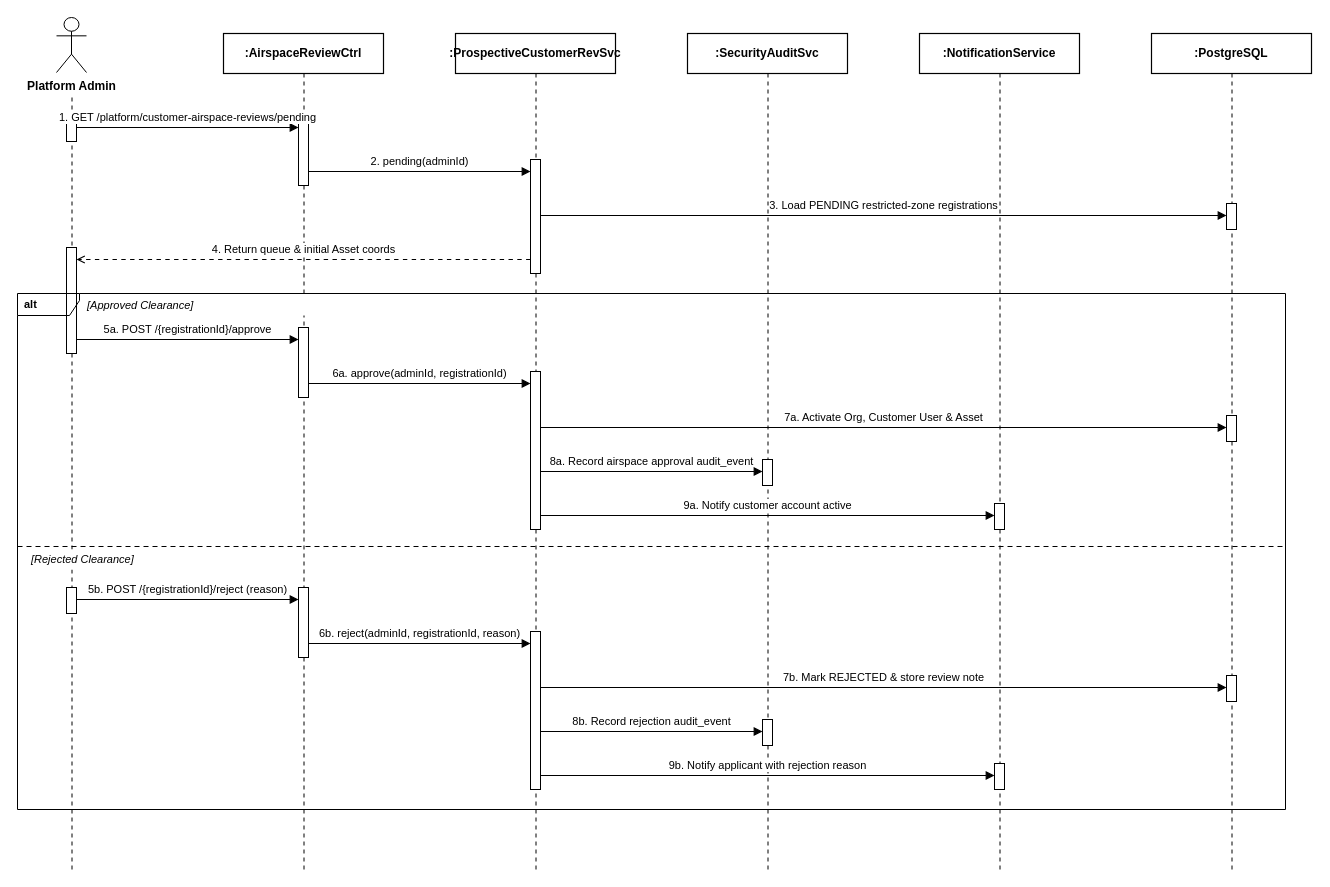
This is page "FE-07 - Restricted Airspace Warning" (8 of 26) of diagrams/smartdrone-sequence-diagrams.drawio from tungbach12/SmartDroneInspection-Docs, a draw.io file, before an edit. Source tidied: cells renumbered, new cells numbered last; positions are measured from the earlier drawing's top-left corner, leaving out a move shared by most shapes. Both pictures are drawn from the tidied source at 100%, with x=0, y=0 at pixel (17, 17).
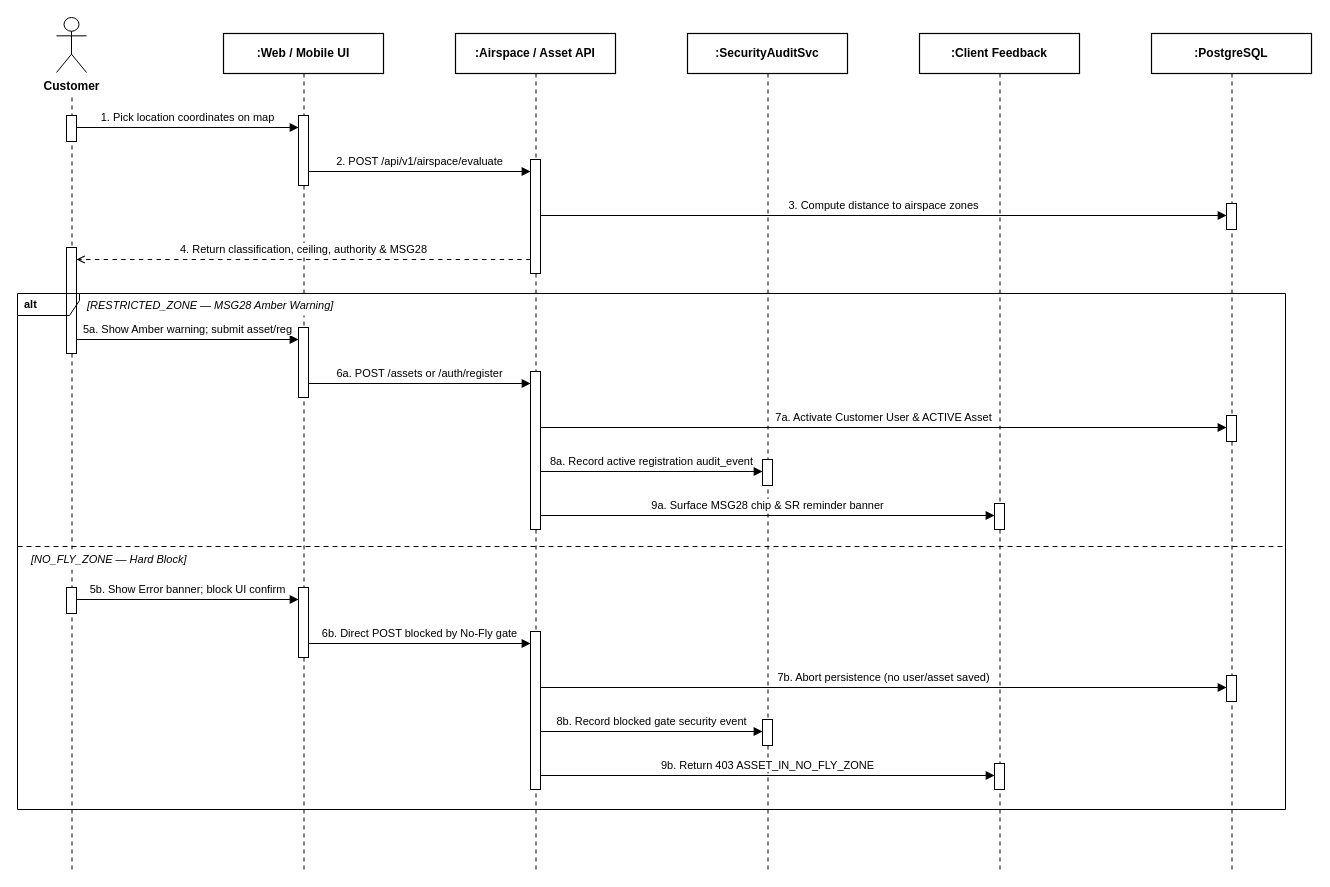
Above is the later version.

Unchanged cells that the change refers to:
```xml
<mxCell id="14" style="rounded=0;whiteSpace=wrap;html=1;fillColor=#ffffff;strokeColor=#000000;strokeWidth=1;" parent="1" vertex="1">
  <mxGeometry x="49" y="98" width="10" height="26" as="geometry" />
</mxCell>
<mxCell id="15" style="rounded=0;whiteSpace=wrap;html=1;fillColor=#ffffff;strokeColor=#000000;strokeWidth=1;" parent="1" vertex="1">
  <mxGeometry x="49" y="230" width="10" height="106" as="geometry" />
</mxCell>
<mxCell id="16" style="rounded=0;whiteSpace=wrap;html=1;fillColor=#ffffff;strokeColor=#000000;strokeWidth=1;" parent="1" vertex="1">
  <mxGeometry x="49" y="570" width="10" height="26" as="geometry" />
</mxCell>
<mxCell id="17" style="rounded=0;whiteSpace=wrap;html=1;fillColor=#ffffff;strokeColor=#000000;strokeWidth=1;" parent="1" vertex="1">
  <mxGeometry x="281" y="98" width="10" height="70" as="geometry" />
</mxCell>
<mxCell id="18" style="rounded=0;whiteSpace=wrap;html=1;fillColor=#ffffff;strokeColor=#000000;strokeWidth=1;" parent="1" vertex="1">
  <mxGeometry x="281" y="310" width="10" height="70" as="geometry" />
</mxCell>
<mxCell id="19" style="rounded=0;whiteSpace=wrap;html=1;fillColor=#ffffff;strokeColor=#000000;strokeWidth=1;" parent="1" vertex="1">
  <mxGeometry x="281" y="570" width="10" height="70" as="geometry" />
</mxCell>
<mxCell id="20" style="rounded=0;whiteSpace=wrap;html=1;fillColor=#ffffff;strokeColor=#000000;strokeWidth=1;" parent="1" vertex="1">
  <mxGeometry x="513" y="142" width="10" height="114" as="geometry" />
</mxCell>
<mxCell id="21" style="rounded=0;whiteSpace=wrap;html=1;fillColor=#ffffff;strokeColor=#000000;strokeWidth=1;" parent="1" vertex="1">
  <mxGeometry x="513" y="354" width="10" height="158" as="geometry" />
</mxCell>
<mxCell id="22" style="rounded=0;whiteSpace=wrap;html=1;fillColor=#ffffff;strokeColor=#000000;strokeWidth=1;" parent="1" vertex="1">
  <mxGeometry x="513" y="614" width="10" height="158" as="geometry" />
</mxCell>
<mxCell id="23" style="rounded=0;whiteSpace=wrap;html=1;fillColor=#ffffff;strokeColor=#000000;strokeWidth=1;" parent="1" vertex="1">
  <mxGeometry x="745" y="442" width="10" height="26" as="geometry" />
</mxCell>
<mxCell id="24" style="rounded=0;whiteSpace=wrap;html=1;fillColor=#ffffff;strokeColor=#000000;strokeWidth=1;" parent="1" vertex="1">
  <mxGeometry x="745" y="702" width="10" height="26" as="geometry" />
</mxCell>
<mxCell id="25" style="rounded=0;whiteSpace=wrap;html=1;fillColor=#ffffff;strokeColor=#000000;strokeWidth=1;" parent="1" vertex="1">
  <mxGeometry x="977" y="486" width="10" height="26" as="geometry" />
</mxCell>
<mxCell id="26" style="rounded=0;whiteSpace=wrap;html=1;fillColor=#ffffff;strokeColor=#000000;strokeWidth=1;" parent="1" vertex="1">
  <mxGeometry x="977" y="746" width="10" height="26" as="geometry" />
</mxCell>
<mxCell id="27" style="rounded=0;whiteSpace=wrap;html=1;fillColor=#ffffff;strokeColor=#000000;strokeWidth=1;" parent="1" vertex="1">
  <mxGeometry x="1209" y="186" width="10" height="26" as="geometry" />
</mxCell>
<mxCell id="28" style="rounded=0;whiteSpace=wrap;html=1;fillColor=#ffffff;strokeColor=#000000;strokeWidth=1;" parent="1" vertex="1">
  <mxGeometry x="1209" y="398" width="10" height="26" as="geometry" />
</mxCell>
<mxCell id="29" style="rounded=0;whiteSpace=wrap;html=1;fillColor=#ffffff;strokeColor=#000000;strokeWidth=1;" parent="1" vertex="1">
  <mxGeometry x="1209" y="658" width="10" height="26" as="geometry" />
</mxCell>
<mxCell id="30" value="alt" style="shape=umlFrame;whiteSpace=wrap;html=1;width=62;height=22;boundedLbl=1;verticalAlign=middle;align=left;spacingLeft=5;fillColor=none;strokeColor=#000000;strokeWidth=1;fontColor=#000000;fontStyle=1;fontSize=11;fontFamily=Helvetica;" parent="1" vertex="1">
  <mxGeometry y="276" width="1268" height="516" as="geometry" />
</mxCell>
```

What changed in the source:
```diff
@@
-    <mxCell id="2" value="Platform Admin" style="shape=umlActor;verticalLabelPosition=bottom;verticalAlign=top;html=1;fillColor=#ffffff;strokeColor=#000000;fontColor=#000000;fontStyle=1;fontSize=12;fontFamily=Helvetica;" parent="1" vertex="1">
+    <mxCell id="2" value="Customer" style="shape=umlActor;verticalLabelPosition=bottom;verticalAlign=top;html=1;fillColor=#ffffff;strokeColor=#000000;fontColor=#000000;fontStyle=1;fontSize=12;fontFamily=Helvetica;" parent="1" vertex="1">
       <mxGeometry x="39" width="30" height="55" as="geometry" />
     </mxCell>
@@
-    <mxCell id="4" value=":AirspaceReviewCtrl" style="rounded=0;whiteSpace=wrap;html=1;fillColor=#ffffff;strokeColor=#000000;strokeWidth=1.2;fontColor=#000000;fontStyle=1;fontSize=12;fontFamily=Helvetica;" parent="1" vertex="1">
+    <mxCell id="4" value=":Web / Mobile UI" style="rounded=0;whiteSpace=wrap;html=1;fillColor=#ffffff;strokeColor=#000000;strokeWidth=1.2;fontColor=#000000;fontStyle=1;fontSize=12;fontFamily=Helvetica;" parent="1" vertex="1">
       <mxGeometry x="206" y="16" width="160" height="40" as="geometry" />
     </mxCell>
@@
-    <mxCell id="6" value=":ProspectiveCustomerRevSvc" style="rounded=0;whiteSpace=wrap;html=1;fillColor=#ffffff;strokeColor=#000000;strokeWidth=1.2;fontColor=#000000;fontStyle=1;fontSize=12;fontFamily=Helvetica;" parent="1" vertex="1">
+    <mxCell id="6" value=":Airspace / Asset API" style="rounded=0;whiteSpace=wrap;html=1;fillColor=#ffffff;strokeColor=#000000;strokeWidth=1.2;fontColor=#000000;fontStyle=1;fontSize=12;fontFamily=Helvetica;" parent="1" vertex="1">
       <mxGeometry x="438" y="16" width="160" height="40" as="geometry" />
     </mxCell>
@@
-    <mxCell id="10" value=":NotificationService" style="rounded=0;whiteSpace=wrap;html=1;fillColor=#ffffff;strokeColor=#000000;strokeWidth=1.2;fontColor=#000000;fontStyle=1;fontSize=12;fontFamily=Helvetica;" parent="1" vertex="1">
+    <mxCell id="10" value=":Client Feedback" style="rounded=0;whiteSpace=wrap;html=1;fillColor=#ffffff;strokeColor=#000000;strokeWidth=1.2;fontColor=#000000;fontStyle=1;fontSize=12;fontFamily=Helvetica;" parent="1" vertex="1">
       <mxGeometry x="902" y="16" width="160" height="40" as="geometry" />
     </mxCell>
@@
-    <mxCell id="31" value="[Approved Clearance]" style="text;html=1;align=left;verticalAlign=middle;strokeColor=none;fillColor=#ffffff;fontColor=#000000;fontFamily=Helvetica;fontSize=11;fontStyle=2;" parent="30" vertex="1">
-      <mxGeometry x="68" y="2" width="260" height="20" as="geometry" />
+    <mxCell id="31" value="[RESTRICTED_ZONE — MSG28 Amber Warning]" style="text;html=1;align=left;verticalAlign=middle;strokeColor=none;fillColor=#ffffff;fontColor=#000000;fontFamily=Helvetica;fontSize=11;fontStyle=2;" parent="30" vertex="1">
+      <mxGeometry x="68" y="2" width="320" height="20" as="geometry" />
     </mxCell>
@@
-    <mxCell id="33" value="[Rejected Clearance]" style="text;html=1;align=left;verticalAlign=middle;strokeColor=none;fillColor=#ffffff;fontColor=#000000;fontFamily=Helvetica;fontSize=11;fontStyle=2;" parent="30" vertex="1">
+    <mxCell id="33" value="[NO_FLY_ZONE — Hard Block]" style="text;html=1;align=left;verticalAlign=middle;strokeColor=none;fillColor=#ffffff;fontColor=#000000;fontFamily=Helvetica;fontSize=11;fontStyle=2;" parent="30" vertex="1">
       <mxGeometry x="12" y="256" width="260" height="20" as="geometry" />
     </mxCell>
-    <mxCell id="34" value="1. GET /platform/customer-airspace-reviews/pending" style="edgeStyle=orthogonalEdgeStyle;rounded=0;html=1;endArrow=block;endFill=1;strokeColor=#000000;strokeWidth=1.1;fontColor=#000000;fontFamily=Helvetica;fontSize=11;labelBackgroundColor=#ffffff;exitX=1;exitY=0.4615;exitDx=0;exitDy=0;entryX=0;entryY=0.1714;entryDx=0;entryDy=0;" parent="1" edge="1" source="14" target="17">
+    <mxCell id="34" value="1. Pick location coordinates on map" style="edgeStyle=orthogonalEdgeStyle;rounded=0;html=1;endArrow=block;endFill=1;strokeColor=#000000;strokeWidth=1.1;fontColor=#000000;fontFamily=Helvetica;fontSize=11;labelBackgroundColor=#ffffff;exitX=1;exitY=0.4615;exitDx=0;exitDy=0;entryX=0;entryY=0.1714;entryDx=0;entryDy=0;" parent="1" edge="1" source="14" target="17">
       <mxGeometry relative="1" as="geometry">
         <mxPoint y="-10" as="offset" />
       </mxGeometry>
     </mxCell>
-    <mxCell id="35" value="2. pending(adminId)" style="edgeStyle=orthogonalEdgeStyle;rounded=0;html=1;endArrow=block;endFill=1;strokeColor=#000000;strokeWidth=1.1;fontColor=#000000;fontFamily=Helvetica;fontSize=11;labelBackgroundColor=#ffffff;exitX=1;exitY=0.8000;exitDx=0;exitDy=0;entryX=0;entryY=0.1053;entryDx=0;entryDy=0;" parent="1" edge="1" source="17" target="20">
+    <mxCell id="35" value="2. POST /api/v1/airspace/evaluate" style="edgeStyle=orthogonalEdgeStyle;rounded=0;html=1;endArrow=block;endFill=1;strokeColor=#000000;strokeWidth=1.1;fontColor=#000000;fontFamily=Helvetica;fontSize=11;labelBackgroundColor=#ffffff;exitX=1;exitY=0.8000;exitDx=0;exitDy=0;entryX=0;entryY=0.1053;entryDx=0;entryDy=0;" parent="1" edge="1" source="17" target="20">
       <mxGeometry relative="1" as="geometry">
         <mxPoint y="-10" as="offset" />
       </mxGeometry>
     </mxCell>
-    <mxCell id="36" value="3. Load PENDING restricted-zone registrations" style="edgeStyle=orthogonalEdgeStyle;rounded=0;html=1;endArrow=block;endFill=1;strokeColor=#000000;strokeWidth=1.1;fontColor=#000000;fontFamily=Helvetica;fontSize=11;labelBackgroundColor=#ffffff;exitX=1;exitY=0.4912;exitDx=0;exitDy=0;entryX=0;entryY=0.4615;entryDx=0;entryDy=0;" parent="1" edge="1" source="20" target="27">
+    <mxCell id="36" value="3. Compute distance to airspace zones" style="edgeStyle=orthogonalEdgeStyle;rounded=0;html=1;endArrow=block;endFill=1;strokeColor=#000000;strokeWidth=1.1;fontColor=#000000;fontFamily=Helvetica;fontSize=11;labelBackgroundColor=#ffffff;exitX=1;exitY=0.4912;exitDx=0;exitDy=0;entryX=0;entryY=0.4615;entryDx=0;entryDy=0;" parent="1" edge="1" source="20" target="27">
       <mxGeometry relative="1" as="geometry">
         <mxPoint y="-10" as="offset" />
       </mxGeometry>
     </mxCell>
-    <mxCell id="37" value="4. Return queue &amp; initial Asset coords" style="edgeStyle=orthogonalEdgeStyle;rounded=0;html=1;endArrow=open;endFill=0;dashed=1;dashPattern=4 4;strokeColor=#000000;strokeWidth=1.1;fontColor=#000000;fontFamily=Helvetica;fontSize=11;labelBackgroundColor=#ffffff;exitX=0;exitY=0.8772;exitDx=0;exitDy=0;entryX=1;entryY=0.1132;entryDx=0;entryDy=0;" parent="1" edge="1" source="20" target="15">
+    <mxCell id="37" value="4. Return classification, ceiling, authority &amp;amp; MSG28" style="edgeStyle=orthogonalEdgeStyle;rounded=0;html=1;endArrow=open;endFill=0;dashed=1;dashPattern=4 4;strokeColor=#000000;strokeWidth=1.1;fontColor=#000000;fontFamily=Helvetica;fontSize=11;labelBackgroundColor=#ffffff;exitX=0;exitY=0.8772;exitDx=0;exitDy=0;entryX=1;entryY=0.1132;entryDx=0;entryDy=0;" parent="1" edge="1" source="20" target="15">
       <mxGeometry relative="1" as="geometry">
         <mxPoint y="-10" as="offset" />
       </mxGeometry>
     </mxCell>
-    <mxCell id="38" value="5a. POST /{registrationId}/approve" style="edgeStyle=orthogonalEdgeStyle;rounded=0;html=1;endArrow=block;endFill=1;strokeColor=#000000;strokeWidth=1.1;fontColor=#000000;fontFamily=Helvetica;fontSize=11;labelBackgroundColor=#ffffff;exitX=1;exitY=0.8679;exitDx=0;exitDy=0;entryX=0;entryY=0.1714;entryDx=0;entryDy=0;" parent="1" edge="1" source="15" target="18">
+    <mxCell id="38" value="5a. Show Amber warning; submit asset/reg" style="edgeStyle=orthogonalEdgeStyle;rounded=0;html=1;endArrow=block;endFill=1;strokeColor=#000000;strokeWidth=1.1;fontColor=#000000;fontFamily=Helvetica;fontSize=11;labelBackgroundColor=#ffffff;exitX=1;exitY=0.8679;exitDx=0;exitDy=0;entryX=0;entryY=0.1714;entryDx=0;entryDy=0;" parent="1" edge="1" source="15" target="18">
       <mxGeometry relative="1" as="geometry">
         <mxPoint y="-10" as="offset" />
       </mxGeometry>
     </mxCell>
-    <mxCell id="39" value="6a. approve(adminId, registrationId)" style="edgeStyle=orthogonalEdgeStyle;rounded=0;html=1;endArrow=block;endFill=1;strokeColor=#000000;strokeWidth=1.1;fontColor=#000000;fontFamily=Helvetica;fontSize=11;labelBackgroundColor=#ffffff;exitX=1;exitY=0.8000;exitDx=0;exitDy=0;entryX=0;entryY=0.0759;entryDx=0;entryDy=0;" parent="1" edge="1" source="18" target="21">
+    <mxCell id="39" value="6a. POST /assets or /auth/register" style="edgeStyle=orthogonalEdgeStyle;rounded=0;html=1;endArrow=block;endFill=1;strokeColor=#000000;strokeWidth=1.1;fontColor=#000000;fontFamily=Helvetica;fontSize=11;labelBackgroundColor=#ffffff;exitX=1;exitY=0.8000;exitDx=0;exitDy=0;entryX=0;entryY=0.0759;entryDx=0;entryDy=0;" parent="1" edge="1" source="18" target="21">
       <mxGeometry relative="1" as="geometry">
         <mxPoint y="-10" as="offset" />
       </mxGeometry>
     </mxCell>
-    <mxCell id="40" value="7a. Activate Org, Customer User &amp; Asset" style="edgeStyle=orthogonalEdgeStyle;rounded=0;html=1;endArrow=block;endFill=1;strokeColor=#000000;strokeWidth=1.1;fontColor=#000000;fontFamily=Helvetica;fontSize=11;labelBackgroundColor=#ffffff;exitX=1;exitY=0.3544;exitDx=0;exitDy=0;entryX=0;entryY=0.4615;entryDx=0;entryDy=0;" parent="1" edge="1" source="21" target="28">
+    <mxCell id="40" value="7a. Activate Customer User &amp;amp; ACTIVE Asset" style="edgeStyle=orthogonalEdgeStyle;rounded=0;html=1;endArrow=block;endFill=1;strokeColor=#000000;strokeWidth=1.1;fontColor=#000000;fontFamily=Helvetica;fontSize=11;labelBackgroundColor=#ffffff;exitX=1;exitY=0.3544;exitDx=0;exitDy=0;entryX=0;entryY=0.4615;entryDx=0;entryDy=0;" parent="1" edge="1" source="21" target="28">
       <mxGeometry relative="1" as="geometry">
         <mxPoint y="-10" as="offset" />
       </mxGeometry>
     </mxCell>
-    <mxCell id="41" value="8a. Record airspace approval audit_event" style="edgeStyle=orthogonalEdgeStyle;rounded=0;html=1;endArrow=block;endFill=1;strokeColor=#000000;strokeWidth=1.1;fontColor=#000000;fontFamily=Helvetica;fontSize=11;labelBackgroundColor=#ffffff;exitX=1;exitY=0.6329;exitDx=0;exitDy=0;entryX=0;entryY=0.4615;entryDx=0;entryDy=0;" parent="1" edge="1" source="21" target="23">
+    <mxCell id="41" value="8a. Record active registration audit_event" style="edgeStyle=orthogonalEdgeStyle;rounded=0;html=1;endArrow=block;endFill=1;strokeColor=#000000;strokeWidth=1.1;fontColor=#000000;fontFamily=Helvetica;fontSize=11;labelBackgroundColor=#ffffff;exitX=1;exitY=0.6329;exitDx=0;exitDy=0;entryX=0;entryY=0.4615;entryDx=0;entryDy=0;" parent="1" edge="1" source="21" target="23">
       <mxGeometry relative="1" as="geometry">
         <mxPoint y="-10" as="offset" />
       </mxGeometry>
     </mxCell>
-    <mxCell id="42" value="9a. Notify customer account active" style="edgeStyle=orthogonalEdgeStyle;rounded=0;html=1;endArrow=block;endFill=1;strokeColor=#000000;strokeWidth=1.1;fontColor=#000000;fontFamily=Helvetica;fontSize=11;labelBackgroundColor=#ffffff;exitX=1;exitY=0.9114;exitDx=0;exitDy=0;entryX=0;entryY=0.4615;entryDx=0;entryDy=0;" parent="1" edge="1" source="21" target="25">
+    <mxCell id="42" value="9a. Surface MSG28 chip &amp;amp; SR reminder banner" style="edgeStyle=orthogonalEdgeStyle;rounded=0;html=1;endArrow=block;endFill=1;strokeColor=#000000;strokeWidth=1.1;fontColor=#000000;fontFamily=Helvetica;fontSize=11;labelBackgroundColor=#ffffff;exitX=1;exitY=0.9114;exitDx=0;exitDy=0;entryX=0;entryY=0.4615;entryDx=0;entryDy=0;" parent="1" edge="1" source="21" target="25">
       <mxGeometry relative="1" as="geometry">
         <mxPoint y="-10" as="offset" />
       </mxGeometry>
     </mxCell>
-    <mxCell id="43" value="5b. POST /{registrationId}/reject (reason)" style="edgeStyle=orthogonalEdgeStyle;rounded=0;html=1;endArrow=block;endFill=1;strokeColor=#000000;strokeWidth=1.1;fontColor=#000000;fontFamily=Helvetica;fontSize=11;labelBackgroundColor=#ffffff;exitX=1;exitY=0.4615;exitDx=0;exitDy=0;entryX=0;entryY=0.1714;entryDx=0;entryDy=0;" parent="1" edge="1" source="16" target="19">
+    <mxCell id="43" value="5b. Show Error banner; block UI confirm" style="edgeStyle=orthogonalEdgeStyle;rounded=0;html=1;endArrow=block;endFill=1;strokeColor=#000000;strokeWidth=1.1;fontColor=#000000;fontFamily=Helvetica;fontSize=11;labelBackgroundColor=#ffffff;exitX=1;exitY=0.4615;exitDx=0;exitDy=0;entryX=0;entryY=0.1714;entryDx=0;entryDy=0;" parent="1" edge="1" source="16" target="19">
       <mxGeometry relative="1" as="geometry">
         <mxPoint y="-10" as="offset" />
       </mxGeometry>
     </mxCell>
-    <mxCell id="44" value="6b. reject(adminId, registrationId, reason)" style="edgeStyle=orthogonalEdgeStyle;rounded=0;html=1;endArrow=block;endFill=1;strokeColor=#000000;strokeWidth=1.1;fontColor=#000000;fontFamily=Helvetica;fontSize=11;labelBackgroundColor=#ffffff;exitX=1;exitY=0.8000;exitDx=0;exitDy=0;entryX=0;entryY=0.0759;entryDx=0;entryDy=0;" parent="1" edge="1" source="19" target="22">
+    <mxCell id="44" value="6b. Direct POST blocked by No-Fly gate" style="edgeStyle=orthogonalEdgeStyle;rounded=0;html=1;endArrow=block;endFill=1;strokeColor=#000000;strokeWidth=1.1;fontColor=#000000;fontFamily=Helvetica;fontSize=11;labelBackgroundColor=#ffffff;exitX=1;exitY=0.8000;exitDx=0;exitDy=0;entryX=0;entryY=0.0759;entryDx=0;entryDy=0;" parent="1" edge="1" source="19" target="22">
       <mxGeometry relative="1" as="geometry">
         <mxPoint y="-10" as="offset" />
       </mxGeometry>
     </mxCell>
-    <mxCell id="45" value="7b. Mark REJECTED &amp; store review note" style="edgeStyle=orthogonalEdgeStyle;rounded=0;html=1;endArrow=block;endFill=1;strokeColor=#000000;strokeWidth=1.1;fontColor=#000000;fontFamily=Helvetica;fontSize=11;labelBackgroundColor=#ffffff;exitX=1;exitY=0.3544;exitDx=0;exitDy=0;entryX=0;entryY=0.4615;entryDx=0;entryDy=0;" parent="1" edge="1" source="22" target="29">
+    <mxCell id="45" value="7b. Abort persistence (no user/asset saved)" style="edgeStyle=orthogonalEdgeStyle;rounded=0;html=1;endArrow=block;endFill=1;strokeColor=#000000;strokeWidth=1.1;fontColor=#000000;fontFamily=Helvetica;fontSize=11;labelBackgroundColor=#ffffff;exitX=1;exitY=0.3544;exitDx=0;exitDy=0;entryX=0;entryY=0.4615;entryDx=0;entryDy=0;" parent="1" edge="1" source="22" target="29">
       <mxGeometry relative="1" as="geometry">
         <mxPoint y="-10" as="offset" />
       </mxGeometry>
     </mxCell>
-    <mxCell id="46" value="8b. Record rejection audit_event" style="edgeStyle=orthogonalEdgeStyle;rounded=0;html=1;endArrow=block;endFill=1;strokeColor=#000000;strokeWidth=1.1;fontColor=#000000;fontFamily=Helvetica;fontSize=11;labelBackgroundColor=#ffffff;exitX=1;exitY=0.6329;exitDx=0;exitDy=0;entryX=0;entryY=0.4615;entryDx=0;entryDy=0;" parent="1" edge="1" source="22" target="24">
+    <mxCell id="46" value="8b. Record blocked gate security event" style="edgeStyle=orthogonalEdgeStyle;rounded=0;html=1;endArrow=block;endFill=1;strokeColor=#000000;strokeWidth=1.1;fontColor=#000000;fontFamily=Helvetica;fontSize=11;labelBackgroundColor=#ffffff;exitX=1;exitY=0.6329;exitDx=0;exitDy=0;entryX=0;entryY=0.4615;entryDx=0;entryDy=0;" parent="1" edge="1" source="22" target="24">
       <mxGeometry relative="1" as="geometry">
         <mxPoint y="-10" as="offset" />
       </mxGeometry>
     </mxCell>
-    <mxCell id="47" value="9b. Notify applicant with rejection reason" style="edgeStyle=orthogonalEdgeStyle;rounded=0;html=1;endArrow=block;endFill=1;strokeColor=#000000;strokeWidth=1.1;fontColor=#000000;fontFamily=Helvetica;fontSize=11;labelBackgroundColor=#ffffff;exitX=1;exitY=0.9114;exitDx=0;exitDy=0;entryX=0;entryY=0.4615;entryDx=0;entryDy=0;" parent="1" edge="1" source="22" target="26">
+    <mxCell id="47" value="9b. Return 403 ASSET_IN_NO_FLY_ZONE" style="edgeStyle=orthogonalEdgeStyle;rounded=0;html=1;endArrow=block;endFill=1;strokeColor=#000000;strokeWidth=1.1;fontColor=#000000;fontFamily=Helvetica;fontSize=11;labelBackgroundColor=#ffffff;exitX=1;exitY=0.9114;exitDx=0;exitDy=0;entryX=0;entryY=0.4615;entryDx=0;entryDy=0;" parent="1" edge="1" source="22" target="26">
       <mxGeometry relative="1" as="geometry">
         <mxPoint y="-10" as="offset" />
       </mxGeometry>
     </mxCell>
```
